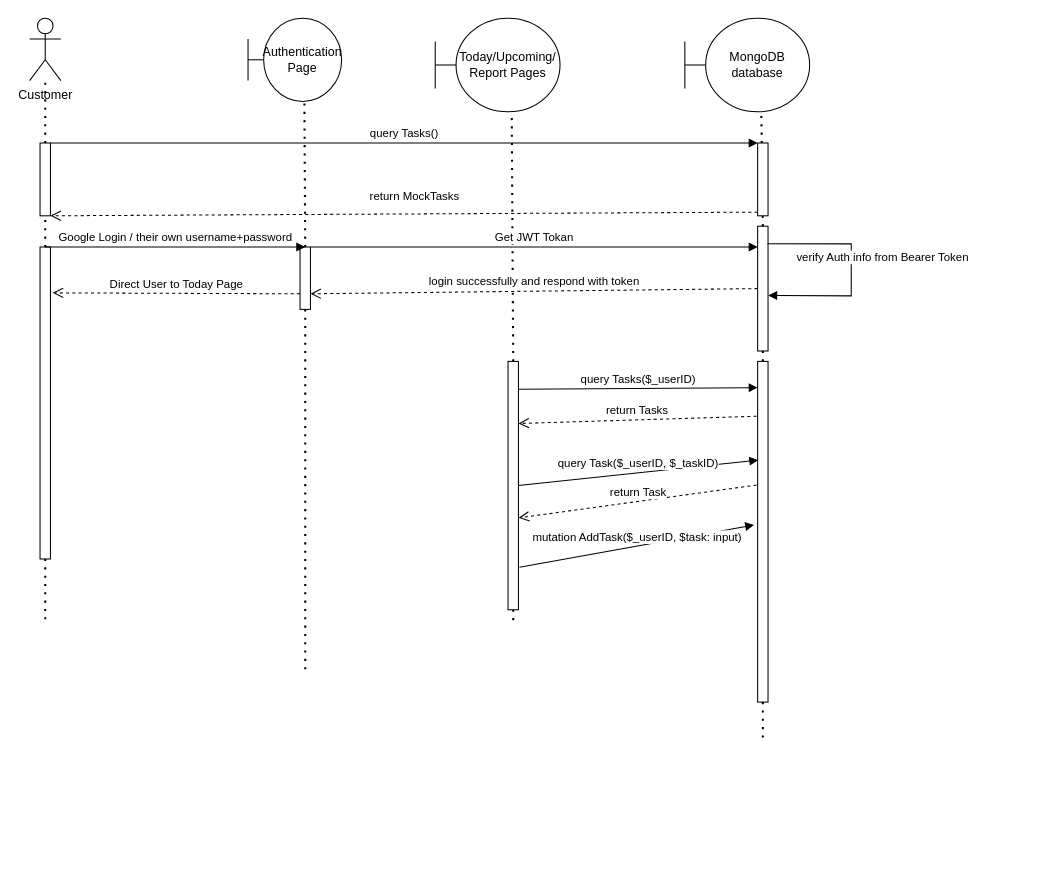
Earlier version of the draw.io diagram images/Dynamic Model Diagram.drawio (ViNguyen3747/Voice-Powered-Self-Productivity). Source tidied: cells renumbered, new cells numbered last; positions are measured from the earlier drawing's top-left corner, leaving out a move shared by most shapes. Both pictures are drawn from the tidied source at 104%, with x=0, y=0 at pixel (29, 18).
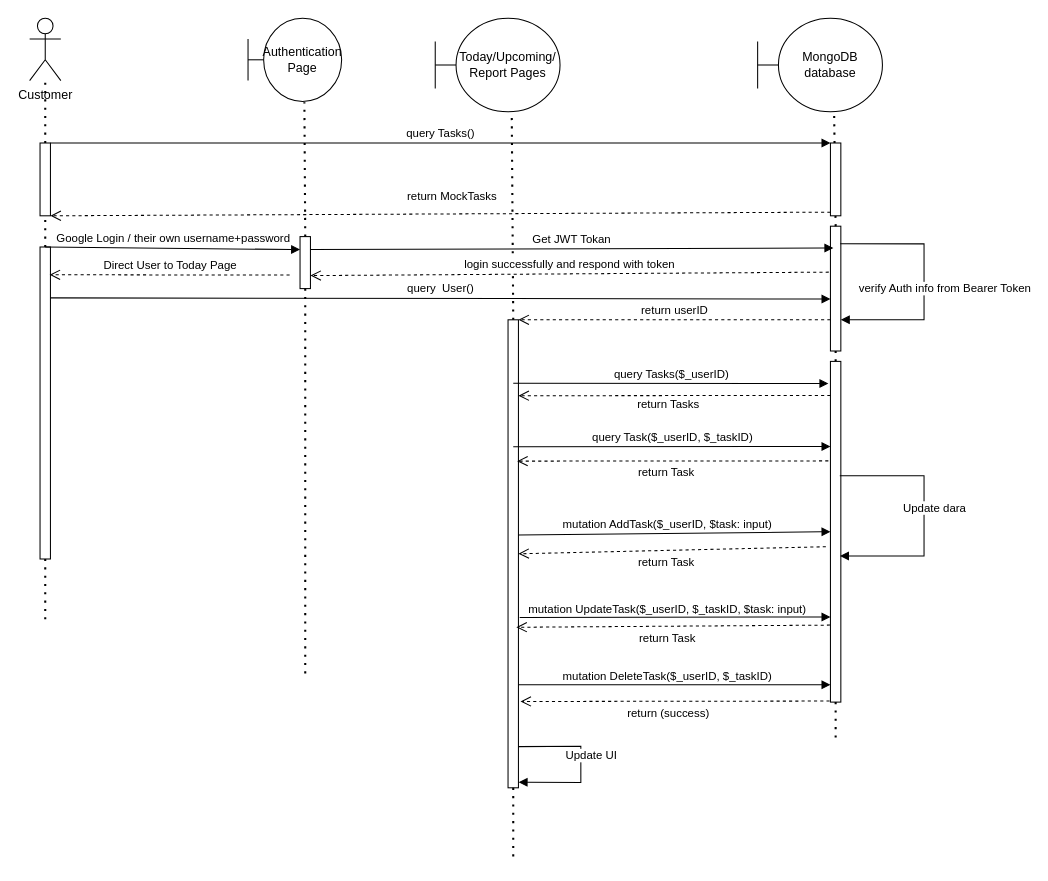
Above is the later version.

Unchanged cells that the change refers to:
```xml
<mxCell id="3" style="rounded=0;whiteSpace=wrap;html=1;" parent="1" vertex="1">
  <mxGeometry x="10" y="220" width="10" height="300" as="geometry" />
</mxCell>
```

Change to the diagram source:
```diff
@@
     <mxCell id="7" style="rounded=0;whiteSpace=wrap;html=1;" parent="1" vertex="1">
-      <mxGeometry x="260" y="220" width="10" height="60" as="geometry" />
+      <mxGeometry x="260" y="210" width="10" height="50" as="geometry" />
     </mxCell>
@@
-    <mxCell id="9" value="Google Login / their own username+password" style="html=1;verticalAlign=bottom;endArrow=block;rounded=0;exitX=0.5;exitY=0;exitDx=0;exitDy=0;entryX=0.5;entryY=0;entryDx=0;entryDy=0;" parent="1" edge="1" source="3" target="7">
+    <mxCell id="9" value="Google Login / their own username+password" style="html=1;verticalAlign=bottom;endArrow=block;rounded=0;exitX=0.5;exitY=0;exitDx=0;exitDy=0;entryX=0;entryY=0.25;entryDx=0;entryDy=0;" parent="1" edge="1" source="3" target="7">
       <mxGeometry relative="1" as="geometry" />
     </mxCell>
@@
     <mxCell id="11" style="rounded=0;whiteSpace=wrap;html=1;" parent="1" vertex="1">
-      <mxGeometry x="460" y="330" width="10" height="238.8" as="geometry" />
+      <mxGeometry x="460" y="290" width="10" height="450" as="geometry" />
     </mxCell>
@@
     <mxCell id="13" style="endArrow=none;dashed=1;html=1;dashPattern=1 3;strokeWidth=2;rounded=0;exitX=0.5;exitY=1;exitDx=0;exitDy=0;" parent="1" edge="1" source="11">
       <mxGeometry relative="1" as="geometry">
-        <mxPoint x="465" y="580.4" as="targetPoint" />
+        <mxPoint x="465" y="810" as="targetPoint" />
       </mxGeometry>
     </mxCell>
     <mxCell id="14" value="MongoDB database" style="shape=umlBoundary;whiteSpace=wrap;html=1;" parent="1" vertex="1">
-      <mxGeometry x="630" width="120" height="90" as="geometry" />
+      <mxGeometry x="700" width="120" height="90" as="geometry" />
     </mxCell>
     <mxCell id="15" style="rounded=0;whiteSpace=wrap;html=1;" parent="1" vertex="1">
-      <mxGeometry x="700" y="200" width="10" height="120" as="geometry" />
+      <mxGeometry x="770" y="200" width="10" height="120" as="geometry" />
     </mxCell>
@@
     <mxCell id="18" style="rounded=0;whiteSpace=wrap;html=1;" parent="1" vertex="1">
-      <mxGeometry x="700" y="330" width="10" height="327.6" as="geometry" />
+      <mxGeometry x="770" y="330" width="10" height="327.6" as="geometry" />
     </mxCell>
     <mxCell id="19" style="endArrow=none;dashed=1;html=1;dashPattern=1 3;strokeWidth=2;rounded=0;entryX=0.5;entryY=1;entryDx=0;entryDy=0;" parent="1" edge="1" target="18">
       <mxGeometry relative="1" as="geometry">
-        <mxPoint x="705" y="691.6" as="sourcePoint" />
+        <mxPoint x="775" y="691.6" as="sourcePoint" />
       </mxGeometry>
     </mxCell>
-    <mxCell id="20" value="Direct User to Today Page" style="html=1;verticalAlign=bottom;endArrow=open;dashed=1;endSize=8;rounded=0;exitX=0;exitY=0.75;exitDx=0;exitDy=0;entryX=1.22;entryY=0.147;entryDx=0;entryDy=0;entryPerimeter=0;" parent="1" edge="1" source="7" target="3">
-      <mxGeometry relative="1" as="geometry" />
+    <mxCell id="20" value="Direct User to Today Page" style="html=1;verticalAlign=bottom;endArrow=open;dashed=1;endSize=8;rounded=0;entryX=0.92;entryY=0.089;entryDx=0;entryDy=0;entryPerimeter=0;" parent="1" edge="1" target="3">
+      <mxGeometry relative="1" as="geometry">
+        <mxPoint x="250" y="247" as="sourcePoint" />
+      </mxGeometry>
     </mxCell>
-    <mxCell id="21" value="Get JWT Tokan" style="html=1;verticalAlign=bottom;endArrow=block;rounded=0;exitX=1;exitY=0;exitDx=0;exitDy=0;" parent="1" edge="1" source="7">
-      <mxGeometry relative="1" as="geometry">
-        <mxPoint x="700" y="220" as="targetPoint" />
-      </mxGeometry>
+    <mxCell id="21" value="Get JWT Tokan" style="html=1;verticalAlign=bottom;endArrow=block;rounded=0;exitX=1;exitY=0.25;exitDx=0;exitDy=0;entryX=0.28;entryY=0.175;entryDx=0;entryDy=0;entryPerimeter=0;" parent="1" edge="1" source="7" target="15">
+      <mxGeometry relative="1" as="geometry" />
     </mxCell>
-    <mxCell id="22" value="login successfully and respond with token" style="html=1;verticalAlign=bottom;endArrow=open;dashed=1;endSize=8;rounded=0;entryX=1;entryY=0.75;entryDx=0;entryDy=0;exitX=0;exitY=0.5;exitDx=0;exitDy=0;" parent="1" edge="1" source="15" target="7">
+    <mxCell id="22" value="login successfully and respond with token" style="html=1;verticalAlign=bottom;endArrow=open;dashed=1;endSize=8;rounded=0;entryX=1;entryY=0.75;entryDx=0;entryDy=0;exitX=-0.16;exitY=0.368;exitDx=0;exitDy=0;exitPerimeter=0;" parent="1" edge="1" source="15" target="7">
       <mxGeometry relative="1" as="geometry" />
     </mxCell>
@@
-    <mxCell id="24" value="verify Auth info from Bearer Token" style="html=1;verticalAlign=bottom;endArrow=block;rounded=0;exitX=0.94;exitY=0.074;exitDx=0;exitDy=0;exitPerimeter=0;entryX=1.02;entryY=0.291;entryDx=0;entryDy=0;entryPerimeter=0;" parent="1" edge="1">
-      <mxGeometry x="-0.02" y="30" relative="1" as="geometry">
-        <mxPoint x="709.4" y="216.9" as="sourcePoint" />
-        <mxPoint x="710.2" y="266.6" as="targetPoint" />
+    <mxCell id="24" value="verify Auth info from Bearer Token" style="html=1;verticalAlign=bottom;endArrow=block;rounded=0;exitX=0.94;exitY=0.074;exitDx=0;exitDy=0;exitPerimeter=0;entryX=1;entryY=0.75;entryDx=0;entryDy=0;" parent="1" edge="1" target="15">
+      <mxGeometry x="0.14" y="20" relative="1" as="geometry">
+        <mxPoint x="779.4" y="216.9" as="sourcePoint" />
         <Array as="points">
-          <mxPoint x="790" y="217" />
-          <mxPoint x="790" y="267" />
+          <mxPoint x="860" y="217" />
+          <mxPoint x="860" y="290" />
         </Array>
       </mxGeometry>
     </mxCell>
-    <mxCell id="25" value="query Tasks($_userID)" style="html=1;verticalAlign=bottom;endArrow=block;rounded=0;exitX=0.96;exitY=0.112;exitDx=0;exitDy=0;exitPerimeter=0;entryX=0;entryY=0.077;entryDx=0;entryDy=0;entryPerimeter=0;" parent="1" edge="1" source="11" target="18">
-      <mxGeometry relative="1" as="geometry" />
+    <mxCell id="25" value="query Tasks($_userID)" style="html=1;verticalAlign=bottom;endArrow=block;rounded=0;entryX=-0.2;entryY=0.065;entryDx=0;entryDy=0;entryPerimeter=0;" parent="1" edge="1" target="18">
+      <mxGeometry relative="1" as="geometry">
+        <mxPoint x="465" y="351" as="sourcePoint" />
+      </mxGeometry>
     </mxCell>
-    <mxCell id="26" value="query Task($_userID, $_taskID)" style="html=1;verticalAlign=bottom;endArrow=block;rounded=0;exitX=1;exitY=0.5;exitDx=0;exitDy=0;entryX=0.06;entryY=0.29;entryDx=0;entryDy=0;entryPerimeter=0;" parent="1" edge="1" source="11" target="18">
-      <mxGeometry relative="1" as="geometry" />
+    <mxCell id="26" value="query Task($_userID, $_taskID)" style="html=1;verticalAlign=bottom;endArrow=block;rounded=0;entryX=0;entryY=0.25;entryDx=0;entryDy=0;" parent="1" edge="1" target="18">
+      <mxGeometry relative="1" as="geometry">
+        <mxPoint x="465" y="412" as="sourcePoint" />
+      </mxGeometry>
     </mxCell>
-    <mxCell id="27" value="return Tasks" style="html=1;verticalAlign=bottom;endArrow=open;dashed=1;endSize=8;rounded=0;exitX=-0.1;exitY=0.161;exitDx=0;exitDy=0;exitPerimeter=0;entryX=1;entryY=0.25;entryDx=0;entryDy=0;" parent="1" edge="1" source="18" target="11">
-      <mxGeometry relative="1" as="geometry" />
+    <mxCell id="27" value="return Tasks" style="html=1;verticalAlign=bottom;endArrow=open;dashed=1;endSize=8;rounded=0;exitX=0;exitY=0.1;exitDx=0;exitDy=0;exitPerimeter=0;" parent="1" edge="1" source="18">
+      <mxGeometry x="0.04" y="17" relative="1" as="geometry">
+        <mxPoint x="470" y="363" as="targetPoint" />
+      </mxGeometry>
     </mxCell>
-    <mxCell id="28" value="return Task" style="html=1;verticalAlign=bottom;endArrow=open;dashed=1;endSize=8;rounded=0;exitX=-0.1;exitY=0.363;exitDx=0;exitDy=0;exitPerimeter=0;entryX=1.02;entryY=0.63;entryDx=0;entryDy=0;entryPerimeter=0;" parent="1" edge="1" source="18" target="11">
-      <mxGeometry relative="1" as="geometry" />
+    <mxCell id="28" value="return Task" style="html=1;verticalAlign=bottom;endArrow=open;dashed=1;endSize=8;rounded=0;exitX=-0.2;exitY=0.292;exitDx=0;exitDy=0;exitPerimeter=0;entryX=0.88;entryY=0.302;entryDx=0;entryDy=0;entryPerimeter=0;" parent="1" edge="1" source="18" target="11">
+      <mxGeometry x="0.04" y="20" relative="1" as="geometry" />
     </mxCell>
-    <mxCell id="29" value="mutation AddTask($_userID, $task: input)" style="html=1;verticalAlign=bottom;endArrow=block;rounded=0;exitX=1.1;exitY=0.829;exitDx=0;exitDy=0;entryX=-0.34;entryY=0.48;entryDx=0;entryDy=0;entryPerimeter=0;exitPerimeter=0;" parent="1" edge="1" source="11" target="18">
-      <mxGeometry relative="1" as="geometry" />
+    <mxCell id="29" value="mutation AddTask($_userID, $task: input)" style="html=1;verticalAlign=bottom;endArrow=block;rounded=0;exitX=0.96;exitY=0.46;exitDx=0;exitDy=0;entryX=0;entryY=0.5;entryDx=0;entryDy=0;exitPerimeter=0;" parent="1" edge="1" source="11" target="18">
+      <mxGeometry x="-0.05" y="-1" relative="1" as="geometry" />
     </mxCell>
     <mxCell id="30" style="html=1;points=[];perimeter=orthogonalPerimeter;" parent="1" vertex="1">
-      <mxGeometry x="700" y="120" width="10" height="70" as="geometry" />
+      <mxGeometry x="770" y="120" width="10" height="70" as="geometry" />
     </mxCell>
@@
+    <mxCell id="35" value="query&amp;nbsp; User()" style="html=1;verticalAlign=bottom;endArrow=block;rounded=0;exitX=1;exitY=0.163;exitDx=0;exitDy=0;exitPerimeter=0;" parent="1" edge="1" source="3">
+      <mxGeometry relative="1" as="geometry">
+        <mxPoint x="770" y="270" as="targetPoint" />
+      </mxGeometry>
+    </mxCell>
+    <mxCell id="36" value="return userID" style="html=1;verticalAlign=bottom;endArrow=open;dashed=1;endSize=8;rounded=0;entryX=1;entryY=0;entryDx=0;entryDy=0;exitX=0;exitY=0.75;exitDx=0;exitDy=0;" parent="1" edge="1" source="15" target="11">
+      <mxGeometry relative="1" as="geometry" />
+    </mxCell>
+    <mxCell id="37" value="return Task" style="html=1;verticalAlign=bottom;endArrow=open;dashed=1;endSize=8;rounded=0;exitX=-0.44;exitY=0.544;exitDx=0;exitDy=0;exitPerimeter=0;entryX=1;entryY=0.5;entryDx=0;entryDy=0;" parent="1" edge="1" source="18" target="11">
+      <mxGeometry x="0.04" y="20" relative="1" as="geometry" />
+    </mxCell>
+    <mxCell id="38" value="mutation UpdateTask($_userID, $_taskID, $task: input)" style="html=1;verticalAlign=bottom;endArrow=block;rounded=0;exitX=1.12;exitY=0.636;exitDx=0;exitDy=0;entryX=0;entryY=0.75;entryDx=0;entryDy=0;exitPerimeter=0;" parent="1" edge="1" source="11" target="18">
+      <mxGeometry x="-0.05" y="-1" relative="1" as="geometry" />
+    </mxCell>
+    <mxCell id="39" value="return Task" style="html=1;verticalAlign=bottom;endArrow=open;dashed=1;endSize=8;rounded=0;exitX=-0.04;exitY=0.774;exitDx=0;exitDy=0;exitPerimeter=0;entryX=0.8;entryY=0.657;entryDx=0;entryDy=0;entryPerimeter=0;" parent="1" edge="1" source="18" target="11">
+      <mxGeometry x="0.04" y="20" relative="1" as="geometry" />
+    </mxCell>
+    <mxCell id="40" value="mutation DeleteTask($_userID, $_taskID)" style="html=1;verticalAlign=bottom;endArrow=block;rounded=0;" parent="1" edge="1">
+      <mxGeometry x="-0.05" y="-1" relative="1" as="geometry">
+        <mxPoint x="470" y="641" as="sourcePoint" />
+        <mxPoint x="770" y="641" as="targetPoint" />
+      </mxGeometry>
+    </mxCell>
+    <mxCell id="41" value="return (success)" style="html=1;verticalAlign=bottom;endArrow=open;dashed=1;endSize=8;rounded=0;exitX=-0.04;exitY=0.774;exitDx=0;exitDy=0;exitPerimeter=0;" parent="1" edge="1">
+      <mxGeometry x="0.04" y="20" relative="1" as="geometry">
+        <mxPoint x="769.2" y="656.6" as="sourcePoint" />
+        <mxPoint x="472" y="657" as="targetPoint" />
+      </mxGeometry>
+    </mxCell>
+    <mxCell id="42" value="Update dara" style="html=1;verticalAlign=bottom;endArrow=block;rounded=0;entryX=0.92;entryY=0.571;entryDx=0;entryDy=0;entryPerimeter=0;" parent="1" edge="1" target="18">
+      <mxGeometry x="0.01" y="10" relative="1" as="geometry">
+        <mxPoint x="779" y="440" as="sourcePoint" />
+        <Array as="points">
+          <mxPoint x="860" y="440" />
+          <mxPoint x="860" y="517" />
+        </Array>
+      </mxGeometry>
+    </mxCell>
+    <mxCell id="43" value="Update UI" style="html=1;verticalAlign=bottom;endArrow=block;rounded=0;entryX=0.92;entryY=0.571;entryDx=0;entryDy=0;entryPerimeter=0;exitX=0.96;exitY=0.912;exitDx=0;exitDy=0;exitPerimeter=0;" parent="1" edge="1" source="11">
+      <mxGeometry x="0.01" y="10" relative="1" as="geometry">
+        <mxPoint x="470.2" y="734.7" as="targetPoint" />
+        <Array as="points">
+          <mxPoint x="530" y="700" />
+          <mxPoint x="530" y="735" />
+        </Array>
+      </mxGeometry>
+    </mxCell>
```
